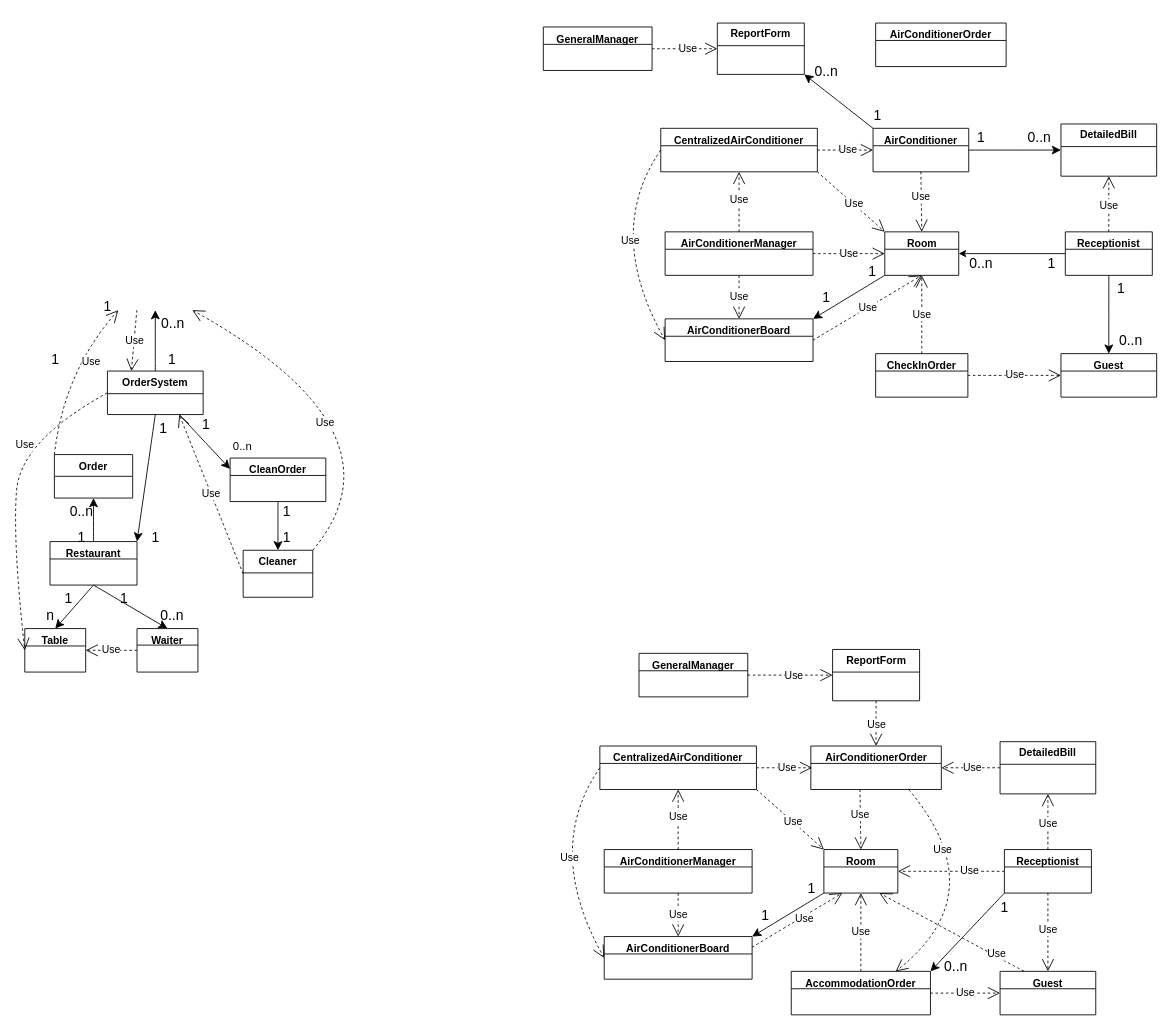
lyhkk/Test keeps this draw.io diagram as UML.drawio. Above is the earlier version. Source tidied: cells renumbered, new cells numbered last; positions are measured from the earlier drawing's top-left corner, leaving out a move shared by most shapes. Both pictures are drawn from the tidied source at 87%, with x=0, y=0 at pixel (12, 23).
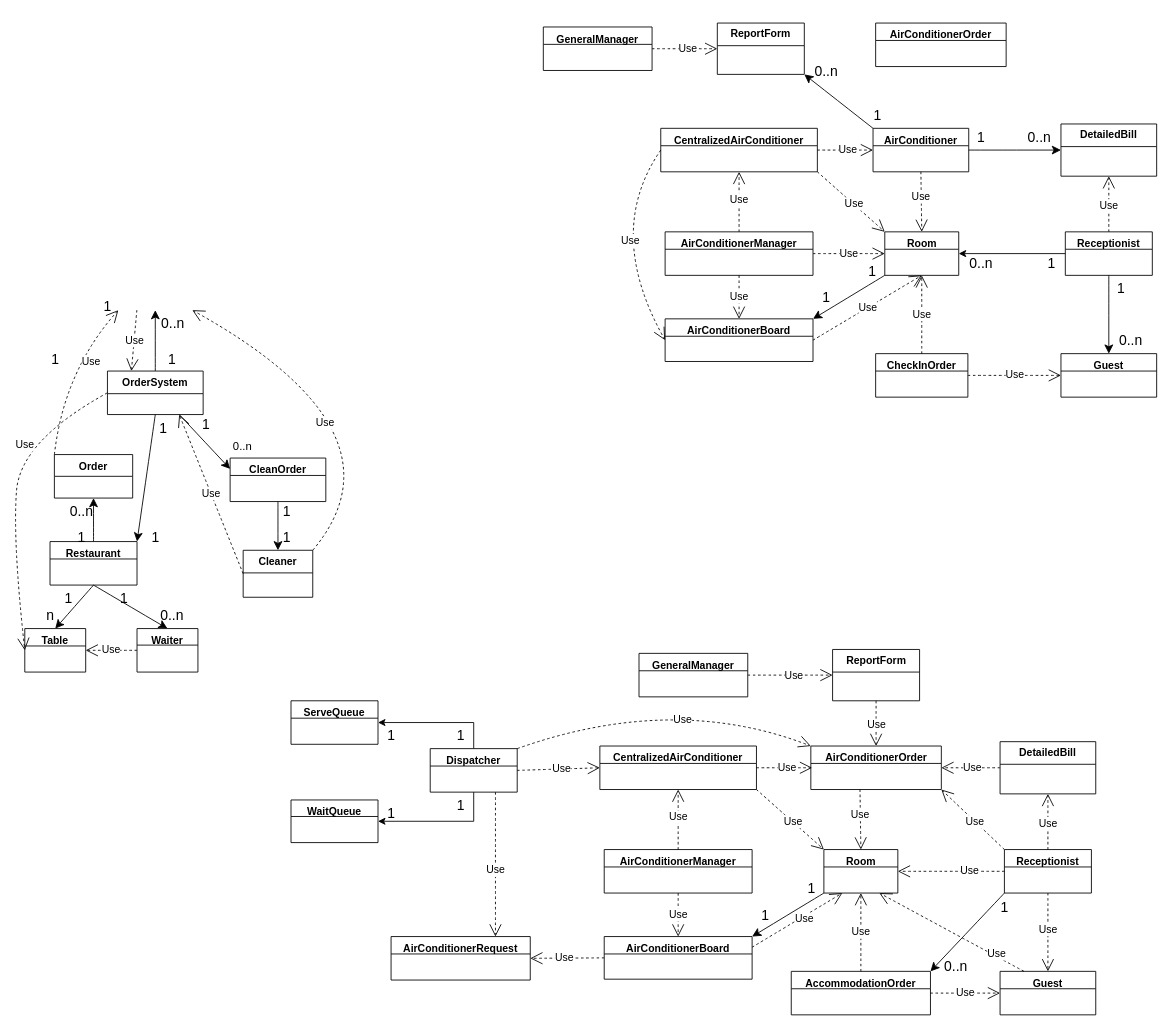
The same diagram, later.

Unchanged cells that the change refers to:
```xml
<mxCell id="83" value="Receptionist" style="swimlane;fontStyle=1;align=center;verticalAlign=top;horizontal=1;startSize=20;whiteSpace=wrap;html=1;" parent="1" vertex="1" collapsed="1">
  <mxGeometry x="1140" y="950" width="100" height="50" as="geometry" />
</mxCell>
<mxCell id="85" value="AirConditionerBoard" style="swimlane;fontStyle=1;align=center;verticalAlign=top;horizontal=1;startSize=20;whiteSpace=wrap;html=1;" parent="1" vertex="1" collapsed="1">
  <mxGeometry x="680" y="1050" width="170" height="49" as="geometry" />
</mxCell>
<mxCell id="86" value="CentralizedAirConditioner" style="swimlane;fontStyle=1;align=center;verticalAlign=top;horizontal=1;startSize=20;whiteSpace=wrap;html=1;" parent="1" vertex="1" collapsed="1">
  <mxGeometry x="675" y="831" width="180" height="50" as="geometry" />
</mxCell>
<mxCell id="102" value="AccommodationOrder" style="swimlane;fontStyle=1;align=center;verticalAlign=top;horizontal=1;startSize=20;whiteSpace=wrap;html=1;" parent="1" vertex="1" collapsed="1">
  <mxGeometry x="895" y="1090" width="160" height="50" as="geometry" />
</mxCell>
<mxCell id="105" value="AirConditionerOrder" style="swimlane;fontStyle=1;align=center;verticalAlign=top;horizontal=1;startSize=20;whiteSpace=wrap;html=1;" parent="1" vertex="1" collapsed="1">
  <mxGeometry x="917.5" y="831" width="150" height="50" as="geometry" />
</mxCell>
```

What changed in the source:
```diff
@@
-    <mxCell id="95" value="Use" style="endArrow=open;endSize=12;dashed=1;html=1;rounded=0;fontSize=12;curved=1;exitX=0;exitY=0.5;exitDx=0;exitDy=0;entryX=0;entryY=0.5;entryDx=0;entryDy=0;" parent="1" edge="1" source="86" target="85">
-      <mxGeometry x="0.07" y="21" relative="1" as="geometry">
-        <Array as="points">
-          <mxPoint x="610" y="950" />
-        </Array>
-      </mxGeometry>
-    </mxCell>
@@
-    <mxCell id="108" value="Use" style="endArrow=open;endSize=12;dashed=1;html=1;rounded=0;fontSize=12;curved=1;exitX=0.75;exitY=1;exitDx=0;exitDy=0;entryX=0.75;entryY=0;entryDx=0;entryDy=0;" parent="1" edge="1" source="105" target="102">
-      <mxGeometry x="-0.48" y="-14" relative="1" as="geometry">
-        <Array as="points">
-          <mxPoint x="1130" y="1000" />
-        </Array>
-      </mxGeometry>
-    </mxCell>
@@
+    <mxCell id="114" style="edgeStyle=orthogonalEdgeStyle;rounded=0;jettySize=auto;html=1;exitX=0.5;exitY=1;exitDx=0;exitDy=0;entryX=1;entryY=0.5;entryDx=0;entryDy=0;" parent="1" edge="1" source="116" target="118">
+      <mxGeometry relative="1" as="geometry" />
+    </mxCell>
+    <mxCell id="115" style="edgeStyle=orthogonalEdgeStyle;rounded=0;jettySize=auto;html=1;exitX=0.5;exitY=0;exitDx=0;exitDy=0;entryX=1;entryY=0.5;entryDx=0;entryDy=0;" parent="1" edge="1" source="116" target="117">
+      <mxGeometry relative="1" as="geometry" />
+    </mxCell>
+    <mxCell id="116" value="Dispatcher" style="swimlane;fontStyle=1;align=center;verticalAlign=top;horizontal=1;startSize=20;whiteSpace=wrap;html=1;" parent="1" vertex="1" collapsed="1">
+      <mxGeometry x="480" y="834" width="100" height="50" as="geometry" />
+    </mxCell>
+    <mxCell id="117" value="ServeQueue" style="swimlane;fontStyle=1;align=center;verticalAlign=top;horizontal=1;startSize=20;whiteSpace=wrap;html=1;" parent="1" vertex="1" collapsed="1">
+      <mxGeometry x="320" y="779" width="100" height="50" as="geometry" />
+    </mxCell>
+    <mxCell id="118" value="WaitQueue" style="swimlane;fontStyle=1;align=center;verticalAlign=top;horizontal=1;startSize=19;whiteSpace=wrap;html=1;" parent="1" vertex="1" collapsed="1">
+      <mxGeometry x="320" y="893" width="100" height="49" as="geometry" />
+    </mxCell>
+    <mxCell id="119" value="1" style="text;html=1;align=center;verticalAlign=middle;strokeColor=none;fillColor=none;fontSize=16;" parent="1" vertex="1">
+      <mxGeometry x="500" y="884" width="30" height="30" as="geometry" />
+    </mxCell>
+    <mxCell id="120" value="1" style="text;html=1;align=center;verticalAlign=middle;strokeColor=none;fillColor=none;fontSize=16;" parent="1" vertex="1">
+      <mxGeometry x="420" y="893" width="30" height="30" as="geometry" />
+    </mxCell>
+    <mxCell id="121" value="1" style="text;html=1;align=center;verticalAlign=middle;strokeColor=none;fillColor=none;fontSize=16;" parent="1" vertex="1">
+      <mxGeometry x="420" y="804" width="30" height="30" as="geometry" />
+    </mxCell>
+    <mxCell id="122" value="1" style="text;html=1;align=center;verticalAlign=middle;strokeColor=none;fillColor=none;fontSize=16;" parent="1" vertex="1">
+      <mxGeometry x="500" y="804" width="30" height="30" as="geometry" />
+    </mxCell>
+    <mxCell id="123" value="Use" style="endArrow=open;endSize=12;dashed=1;html=1;rounded=0;fontSize=12;curved=1;exitX=1;exitY=0.5;exitDx=0;exitDy=0;entryX=0;entryY=0.5;entryDx=0;entryDy=0;" parent="1" edge="1" source="116" target="86">
+      <mxGeometry x="0.08" relative="1" as="geometry" />
+    </mxCell>
+    <mxCell id="124" value="Use" style="endArrow=open;endSize=12;dashed=1;html=1;rounded=0;fontSize=12;curved=1;exitX=0;exitY=0.5;exitDx=0;exitDy=0;entryX=1;entryY=0.5;entryDx=0;entryDy=0;" parent="1" edge="1" source="85" target="126">
+      <mxGeometry x="0.08" relative="1" as="geometry" />
+    </mxCell>
+    <mxCell id="125" value="Use" style="endArrow=open;endSize=12;dashed=1;html=1;rounded=0;fontSize=12;curved=1;exitX=1;exitY=0;exitDx=0;exitDy=0;entryX=0;entryY=0;entryDx=0;entryDy=0;" parent="1" edge="1" source="116" target="105">
+      <mxGeometry x="0.17" y="-25" relative="1" as="geometry">
+        <Array as="points">
+          <mxPoint x="760" y="770" />
+        </Array>
+      </mxGeometry>
+    </mxCell>
+    <mxCell id="126" value="AirConditionerRequest" style="swimlane;fontStyle=1;align=center;verticalAlign=top;horizontal=1;startSize=20;whiteSpace=wrap;html=1;" parent="1" vertex="1" collapsed="1">
+      <mxGeometry x="435" y="1050" width="160" height="50" as="geometry" />
+    </mxCell>
+    <mxCell id="108" value="Use" style="endArrow=open;endSize=12;dashed=1;html=1;rounded=0;fontSize=12;curved=1;exitX=0.75;exitY=1;exitDx=0;exitDy=0;entryX=0.75;entryY=0;entryDx=0;entryDy=0;" parent="1" edge="1" source="116" target="126">
+      <mxGeometry x="0.08" relative="1" as="geometry" />
+    </mxCell>
+    <mxCell id="127" value="Use" style="endArrow=open;endSize=12;dashed=1;html=1;rounded=0;fontSize=12;curved=1;exitX=0;exitY=0;exitDx=0;exitDy=0;entryX=1;entryY=1;entryDx=0;entryDy=0;" parent="1" edge="1" source="83" target="105">
+      <mxGeometry x="-0.06" relative="1" as="geometry" />
+    </mxCell>
```
